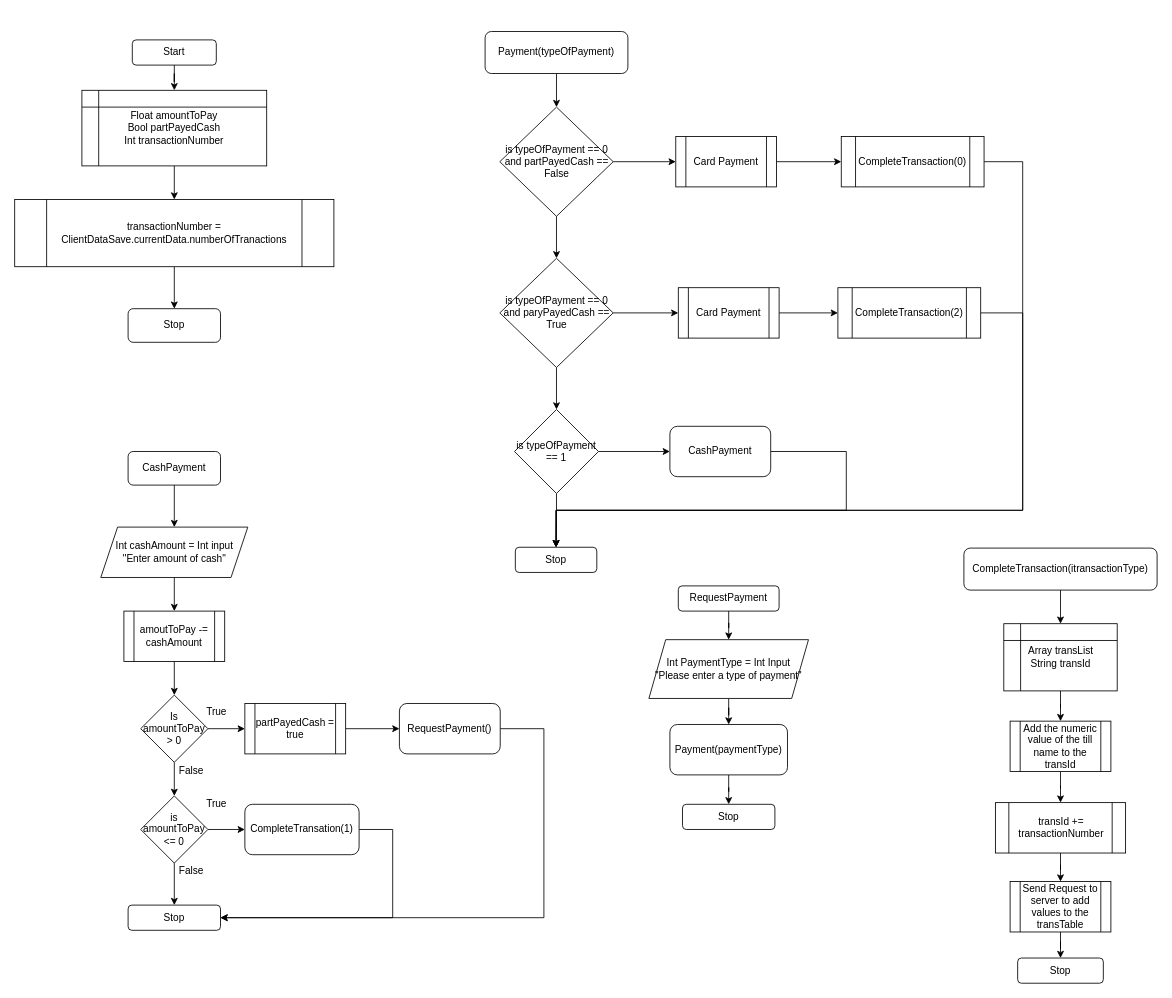
The draw.io diagram Flow diagrams/TransactionController.drawio in Z0mbie001/BabyyPos, before the edit. Source tidied: cells renumbered, new cells numbered last; positions are measured from the earlier drawing's top-left corner, leaving out a move shared by most shapes. Both pictures are drawn from the tidied source at 84%, with x=0, y=0 at pixel (14, 31).
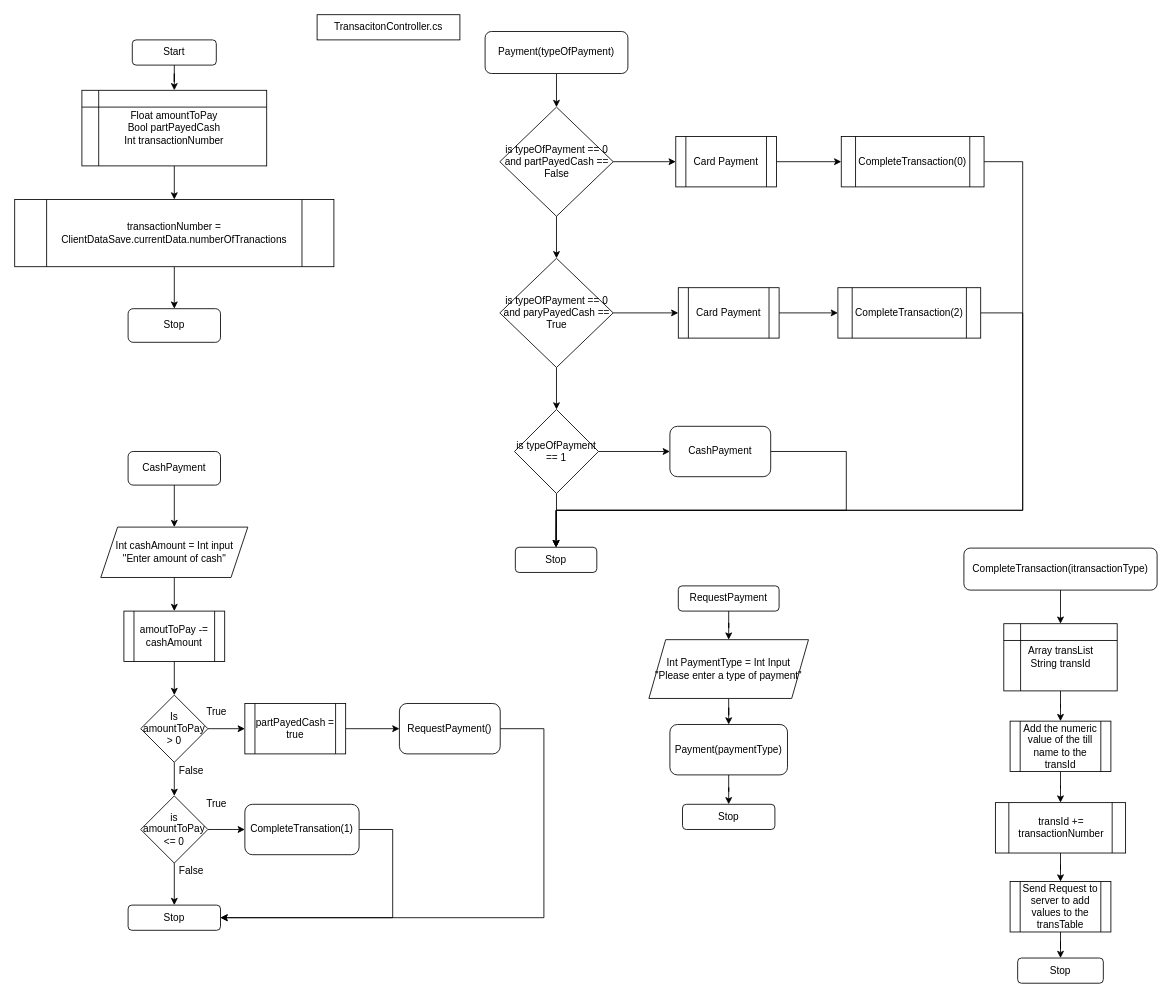
After the change.

The edit, as a diff of the source:
```diff
@@
+    <mxCell id="72" value="TransacitonController.cs" style="rounded=0;whiteSpace=wrap;html=1;" parent="1" vertex="1">
+      <mxGeometry x="360" y="-20" width="170" height="30" as="geometry" />
+    </mxCell>
```
